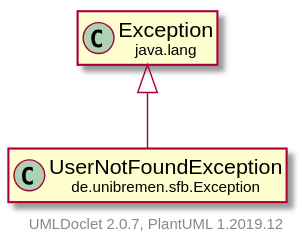
Above: doc/UML/modulsichtSVG/UserNotFoundException.svg in fkehlenb/softwareprojekt-2 (PlantUML), before the change. Source of this version:
```plantuml
@startuml
    set namespaceSeparator none
    hide empty fields
    hide empty methods

    class "<size:14>UserNotFoundException\n<size:10>de.unibremen.sfb.Exception" as de.unibremen.sfb.Exception.UserNotFoundException [[UserNotFoundException.html]]

    class "<size:14>Exception\n<size:10>java.lang" as java.lang.Exception [[https://docs.oracle.com/en/java/javase/11/docs/api/java.base/java/lang/Exception.html?is-external=true]]

    java.lang.Exception <|-- de.unibremen.sfb.Exception.UserNotFoundException

    center footer UMLDoclet 2.0.7, PlantUML 1.2019.12
@enduml
```
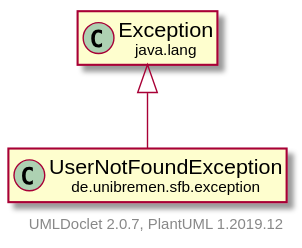
After the change.

Diff of the diagram source:
```diff
@@ -3,11 +3,11 @@
     hide empty fields
     hide empty methods
 
-    class "<size:14>UserNotFoundException\n<size:10>de.unibremen.sfb.Exception" as de.unibremen.sfb.Exception.UserNotFoundException [[UserNotFoundException.html]]
+    class "<size:14>UserNotFoundException\n<size:10>de.unibremen.sfb.exception" as de.unibremen.sfb.exception.UserNotFoundException [[UserNotFoundException.html]]
 
-    class "<size:14>Exception\n<size:10>java.lang" as java.lang.Exception [[https://docs.oracle.com/en/java/javase/11/docs/api/java.base/java/lang/Exception.html?is-external=true]]
+    class "<size:14>exception\n<size:10>java.lang" as java.lang.exception [[https://docs.oracle.com/en/java/javase/11/docs/api/java.base/java/lang/Exception.html?is-external=true]]
 
-    java.lang.Exception <|-- de.unibremen.sfb.Exception.UserNotFoundException
+    java.lang.exception <|-- de.unibremen.sfb.exception.UserNotFoundException
 
     center footer UMLDoclet 2.0.7, PlantUML 1.2019.12
 @enduml
```
